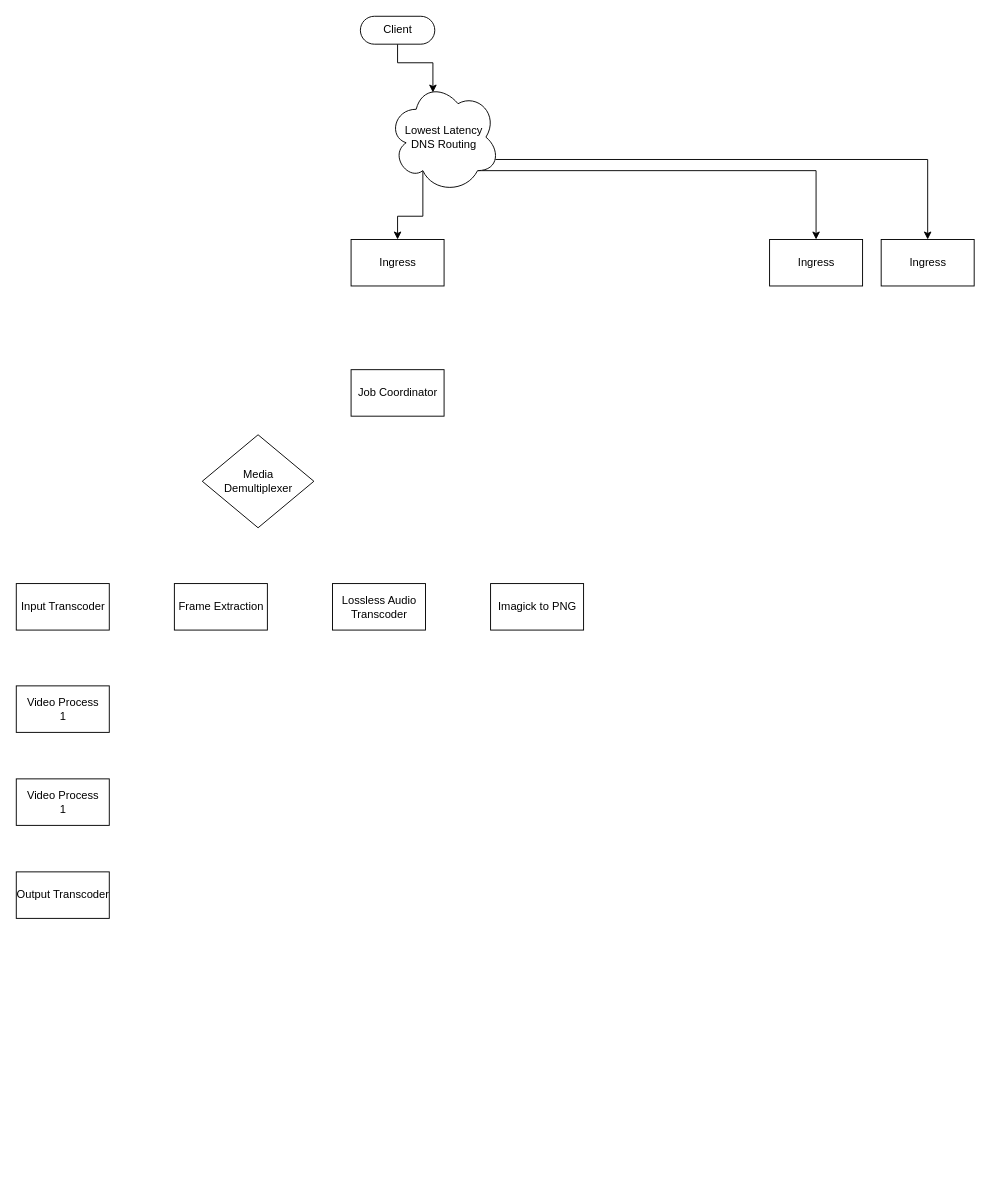
The draw.io diagram Machina0_Process.drawio in Viper-7/MachinaZero, before the edit. Source tidied: cells renumbered, new cells numbered last; positions are measured from the earlier drawing's top-left corner, leaving out a move shared by most shapes. Both pictures are drawn from the tidied source at 93%, with x=0, y=0 at pixel (16, 16).
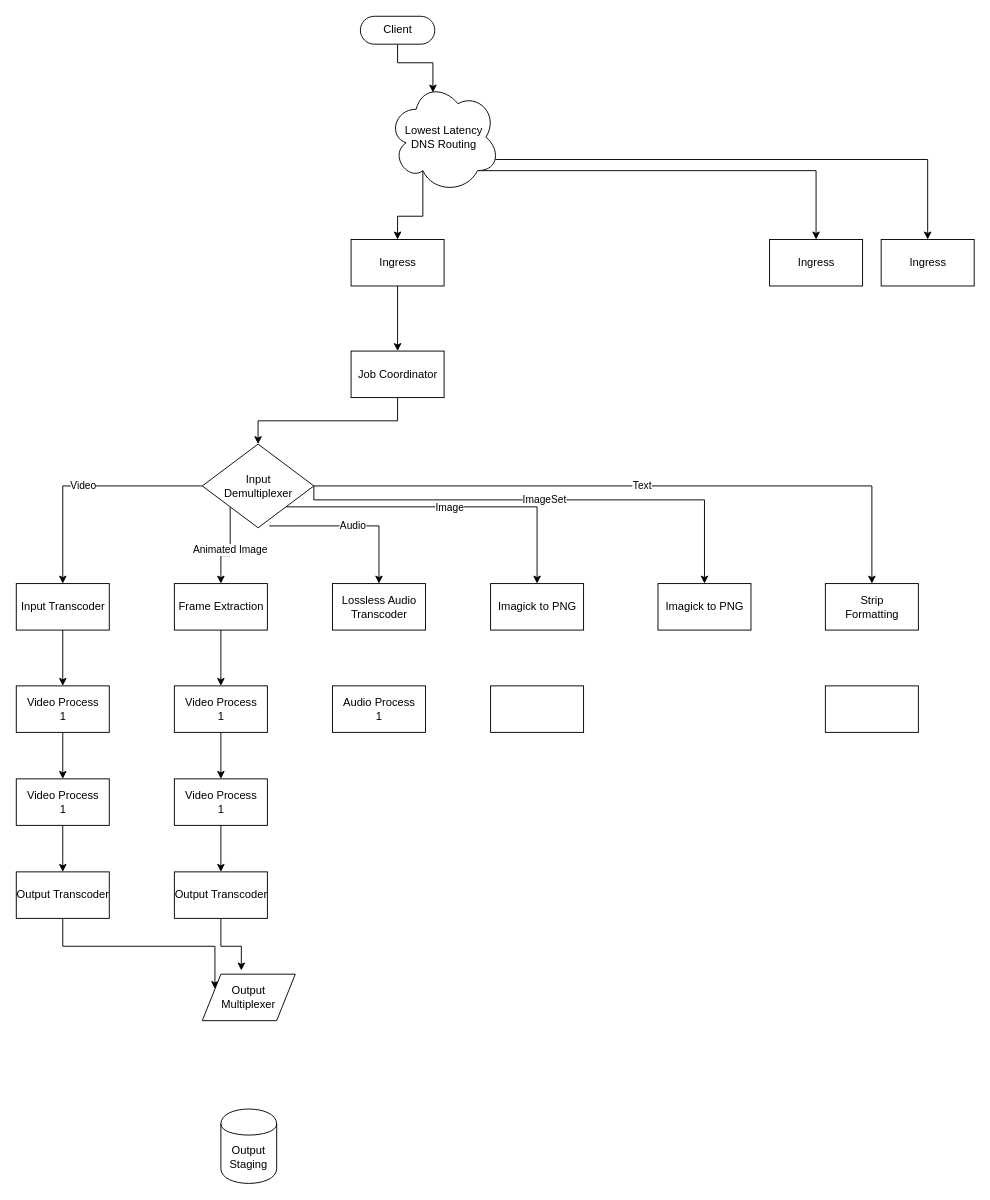
Above is the later version.

The change refers to these unchanged cells:
```xml
<mxCell id="8" value="Ingress" style="html=1;dashed=0;whitespace=wrap;" parent="1" vertex="1">
  <mxGeometry x="360" y="240" width="100" height="50" as="geometry" />
</mxCell>
<mxCell id="12" value="Input Transcoder" style="html=1;dashed=0;whitespace=wrap;" parent="1" vertex="1">
  <mxGeometry y="610" width="100" height="50" as="geometry" />
</mxCell>
<mxCell id="13" value="Video Process&lt;br&gt;1" style="html=1;dashed=0;whitespace=wrap;" parent="1" vertex="1">
  <mxGeometry y="720" width="100" height="50" as="geometry" />
</mxCell>
<mxCell id="14" value="Video Process&lt;br&gt;1" style="html=1;dashed=0;whitespace=wrap;" parent="1" vertex="1">
  <mxGeometry y="820" width="100" height="50" as="geometry" />
</mxCell>
<mxCell id="15" value="Output Transcoder" style="html=1;dashed=0;whitespace=wrap;" parent="1" vertex="1">
  <mxGeometry y="920" width="100" height="50" as="geometry" />
</mxCell>
<mxCell id="17" value="Lossless Audio&lt;br&gt;Transcoder" style="html=1;dashed=0;whitespace=wrap;" parent="1" vertex="1">
  <mxGeometry x="340" y="610" width="100" height="50" as="geometry" />
</mxCell>
<mxCell id="18" value="Imagick to PNG" style="html=1;dashed=0;whitespace=wrap;" parent="1" vertex="1">
  <mxGeometry x="510" y="610" width="100" height="50" as="geometry" />
</mxCell>
<mxCell id="19" value="Frame Extraction" style="html=1;dashed=0;whitespace=wrap;" parent="1" vertex="1">
  <mxGeometry x="170" y="610" width="100" height="50" as="geometry" />
</mxCell>
```

Diff of the diagram source:
```diff
@@
+    <mxCell id="20" style="edgeStyle=orthogonalEdgeStyle;rounded=0;jettySize=auto;html=1;exitX=0.5;exitY=1;exitDx=0;exitDy=0;entryX=0.5;entryY=0;entryDx=0;entryDy=0;" parent="1" edge="1" source="8" target="16">
+      <mxGeometry relative="1" as="geometry" />
+    </mxCell>
@@
+    <mxCell id="21" value="Video" style="edgeStyle=orthogonalEdgeStyle;rounded=0;jettySize=auto;html=1;exitX=0;exitY=0.5;exitDx=0;exitDy=0;entryX=0.5;entryY=0;entryDx=0;entryDy=0;" parent="1" edge="1" source="11" target="12">
+      <mxGeometry relative="1" as="geometry" />
+    </mxCell>
+    <mxCell id="22" value="Animated Image" style="edgeStyle=orthogonalEdgeStyle;rounded=0;jettySize=auto;html=1;exitX=0;exitY=1;exitDx=0;exitDy=0;entryX=0.5;entryY=0;entryDx=0;entryDy=0;" parent="1" edge="1" source="11" target="19">
+      <mxGeometry relative="1" as="geometry" />
+    </mxCell>
+    <mxCell id="23" value="Audio" style="edgeStyle=orthogonalEdgeStyle;rounded=0;jettySize=auto;html=1;exitX=0.6;exitY=0.978;exitDx=0;exitDy=0;entryX=0.5;entryY=0;entryDx=0;entryDy=0;exitPerimeter=0;" parent="1" edge="1" source="11" target="17">
+      <mxGeometry relative="1" as="geometry" />
+    </mxCell>
+    <mxCell id="24" value="Image" style="edgeStyle=orthogonalEdgeStyle;rounded=0;jettySize=auto;html=1;entryX=0.5;entryY=0;entryDx=0;entryDy=0;exitX=1;exitY=1;exitDx=0;exitDy=0;" parent="1" edge="1" source="11" target="18">
+      <mxGeometry relative="1" as="geometry" />
+    </mxCell>
+    <mxCell id="25" value="Text" style="edgeStyle=orthogonalEdgeStyle;rounded=0;jettySize=auto;html=1;exitX=1;exitY=0.5;exitDx=0;exitDy=0;entryX=0.5;entryY=0;entryDx=0;entryDy=0;" parent="1" edge="1" source="11" target="34">
+      <mxGeometry relative="1" as="geometry" />
+    </mxCell>
+    <mxCell id="26" value="ImageSet" style="edgeStyle=orthogonalEdgeStyle;rounded=0;jettySize=auto;html=1;exitX=1;exitY=0.5;exitDx=0;exitDy=0;entryX=0.5;entryY=0;entryDx=0;entryDy=0;" parent="1" edge="1" source="11" target="45">
+      <mxGeometry relative="1" as="geometry">
+        <Array as="points">
+          <mxPoint x="320" y="520" />
+          <mxPoint x="740" y="520" />
+        </Array>
+      </mxGeometry>
+    </mxCell>
-    <mxCell id="11" value="Media&lt;br&gt;Demultiplexer" style="shape=rhombus;html=1;dashed=0;whitespace=wrap;perimeter=rhombusPerimeter;" parent="1" vertex="1">
-      <mxGeometry x="200" y="450" width="120" height="100" as="geometry" />
+    <mxCell id="11" value="Input&lt;br&gt;Demultiplexer" style="shape=rhombus;html=1;dashed=0;whitespace=wrap;perimeter=rhombusPerimeter;" parent="1" vertex="1">
+      <mxGeometry x="200" y="460" width="120" height="90" as="geometry" />
     </mxCell>
+    <mxCell id="27" style="edgeStyle=orthogonalEdgeStyle;rounded=0;jettySize=auto;html=1;exitX=0.5;exitY=1;exitDx=0;exitDy=0;entryX=0.5;entryY=0;entryDx=0;entryDy=0;" parent="1" edge="1" source="12" target="13">
+      <mxGeometry relative="1" as="geometry" />
+    </mxCell>
@@
+    <mxCell id="28" style="edgeStyle=orthogonalEdgeStyle;rounded=0;jettySize=auto;html=1;exitX=0.5;exitY=1;exitDx=0;exitDy=0;entryX=0.5;entryY=0;entryDx=0;entryDy=0;" parent="1" edge="1" source="13" target="14">
+      <mxGeometry relative="1" as="geometry" />
+    </mxCell>
@@
+    <mxCell id="29" style="edgeStyle=orthogonalEdgeStyle;rounded=0;jettySize=auto;html=1;exitX=0.5;exitY=1;exitDx=0;exitDy=0;entryX=0.5;entryY=0;entryDx=0;entryDy=0;" parent="1" edge="1" source="14" target="15">
+      <mxGeometry relative="1" as="geometry" />
+    </mxCell>
@@
+    <mxCell id="30" style="edgeStyle=orthogonalEdgeStyle;rounded=0;jettySize=auto;html=1;exitX=0.5;exitY=1;exitDx=0;exitDy=0;entryX=0;entryY=0.25;entryDx=0;entryDy=0;" parent="1" edge="1" source="15" target="33">
+      <mxGeometry relative="1" as="geometry" />
+    </mxCell>
@@
+    <mxCell id="31" style="edgeStyle=orthogonalEdgeStyle;rounded=0;jettySize=auto;html=1;exitX=0.5;exitY=1;exitDx=0;exitDy=0;entryX=0.5;entryY=0;entryDx=0;entryDy=0;" parent="1" edge="1" source="16" target="11">
+      <mxGeometry relative="1" as="geometry" />
+    </mxCell>
     <mxCell id="16" value="Job Coordinator" style="html=1;dashed=0;whitespace=wrap;" parent="1" vertex="1">
-      <mxGeometry x="360" y="380" width="100" height="50" as="geometry" />
+      <mxGeometry x="360" y="360" width="100" height="50" as="geometry" />
     </mxCell>
@@
+    <mxCell id="32" style="edgeStyle=orthogonalEdgeStyle;rounded=0;jettySize=auto;html=1;exitX=0.5;exitY=1;exitDx=0;exitDy=0;entryX=0.5;entryY=0;entryDx=0;entryDy=0;" parent="1" edge="1" source="19" target="37">
+      <mxGeometry relative="1" as="geometry" />
+    </mxCell>
@@
+    <mxCell id="33" value="Output&lt;br&gt;Multiplexer" style="shape=parallelogram;perimeter=parallelogramPerimeter;whiteSpace=wrap;html=1;dashed=0;" parent="1" vertex="1">
+      <mxGeometry x="200" y="1030" width="100" height="50" as="geometry" />
+    </mxCell>
+    <mxCell id="34" value="Strip&lt;br&gt;Formatting" style="html=1;dashed=0;whitespace=wrap;" parent="1" vertex="1">
+      <mxGeometry x="870" y="610" width="100" height="50" as="geometry" />
+    </mxCell>
+    <mxCell id="35" value="Output&lt;br&gt;Staging" style="shape=cylinder;whiteSpace=wrap;html=1;boundedLbl=1;backgroundOutline=1;" parent="1" vertex="1">
+      <mxGeometry x="220" y="1175" width="60" height="80" as="geometry" />
+    </mxCell>
+    <mxCell id="36" style="edgeStyle=orthogonalEdgeStyle;rounded=0;jettySize=auto;html=1;exitX=0.5;exitY=1;exitDx=0;exitDy=0;entryX=0.5;entryY=0;entryDx=0;entryDy=0;" parent="1" edge="1" source="37" target="39">
+      <mxGeometry relative="1" as="geometry" />
+    </mxCell>
+    <mxCell id="37" value="Video Process&lt;br&gt;1" style="html=1;dashed=0;whitespace=wrap;" parent="1" vertex="1">
+      <mxGeometry x="170" y="720" width="100" height="50" as="geometry" />
+    </mxCell>
+    <mxCell id="38" style="edgeStyle=orthogonalEdgeStyle;rounded=0;jettySize=auto;html=1;exitX=0.5;exitY=1;exitDx=0;exitDy=0;entryX=0.5;entryY=0;entryDx=0;entryDy=0;" parent="1" edge="1" source="39" target="41">
+      <mxGeometry relative="1" as="geometry" />
+    </mxCell>
+    <mxCell id="39" value="Video Process&lt;br&gt;1" style="html=1;dashed=0;whitespace=wrap;" parent="1" vertex="1">
+      <mxGeometry x="170" y="820" width="100" height="50" as="geometry" />
+    </mxCell>
+    <mxCell id="40" style="edgeStyle=orthogonalEdgeStyle;rounded=0;jettySize=auto;html=1;exitX=0.5;exitY=1;exitDx=0;exitDy=0;entryX=0.42;entryY=-0.08;entryDx=0;entryDy=0;entryPerimeter=0;" parent="1" edge="1" source="41" target="33">
+      <mxGeometry relative="1" as="geometry" />
+    </mxCell>
+    <mxCell id="41" value="Output Transcoder" style="html=1;dashed=0;whitespace=wrap;" parent="1" vertex="1">
+      <mxGeometry x="170" y="920" width="100" height="50" as="geometry" />
+    </mxCell>
+    <mxCell id="42" value="Audio Process&lt;br&gt;1" style="html=1;dashed=0;whitespace=wrap;" parent="1" vertex="1">
+      <mxGeometry x="340" y="720" width="100" height="50" as="geometry" />
+    </mxCell>
+    <mxCell id="43" style="html=1;dashed=0;whitespace=wrap;" parent="1" vertex="1">
+      <mxGeometry x="510" y="720" width="100" height="50" as="geometry" />
+    </mxCell>
+    <mxCell id="44" style="html=1;dashed=0;whitespace=wrap;" parent="1" vertex="1">
+      <mxGeometry x="870" y="720" width="100" height="50" as="geometry" />
+    </mxCell>
+    <mxCell id="45" value="Imagick to PNG" style="html=1;dashed=0;whitespace=wrap;" parent="1" vertex="1">
+      <mxGeometry x="690" y="610" width="100" height="50" as="geometry" />
+    </mxCell>
```
